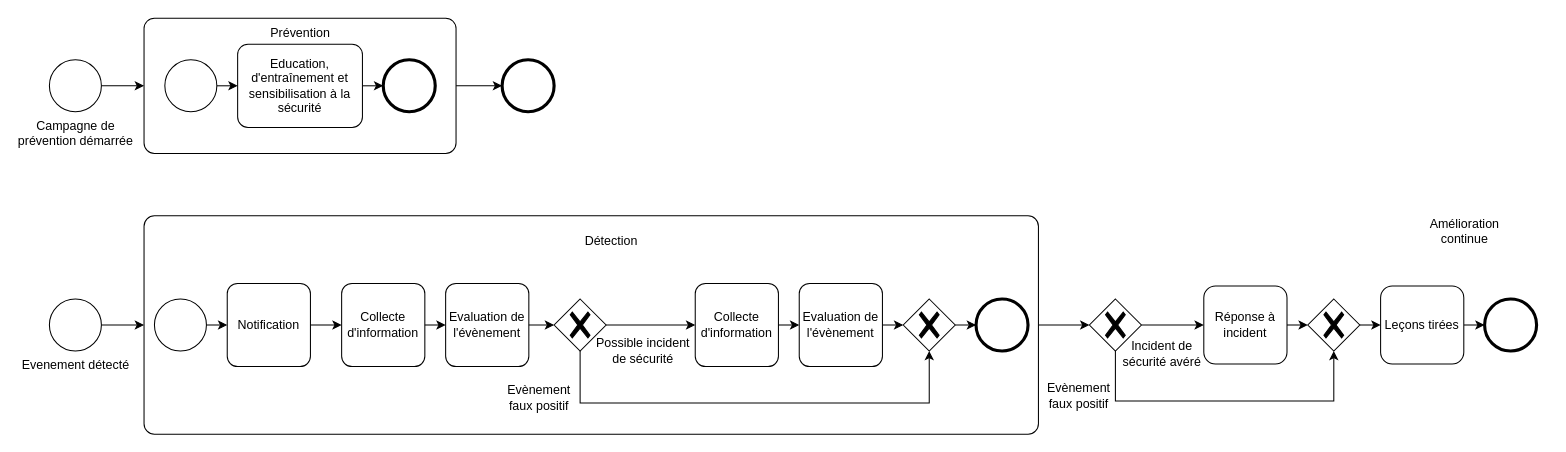
This is standards/ISO27035.drawio from netmme/cyber-diagramme-d-activites, a draw.io file, before an edit. Source tidied: cells renumbered, new cells numbered last; positions are measured from the earlier drawing's top-left corner, leaving out a move shared by most shapes. Both pictures are drawn from the tidied source at 104%, with x=0, y=0 at pixel (49, 18).
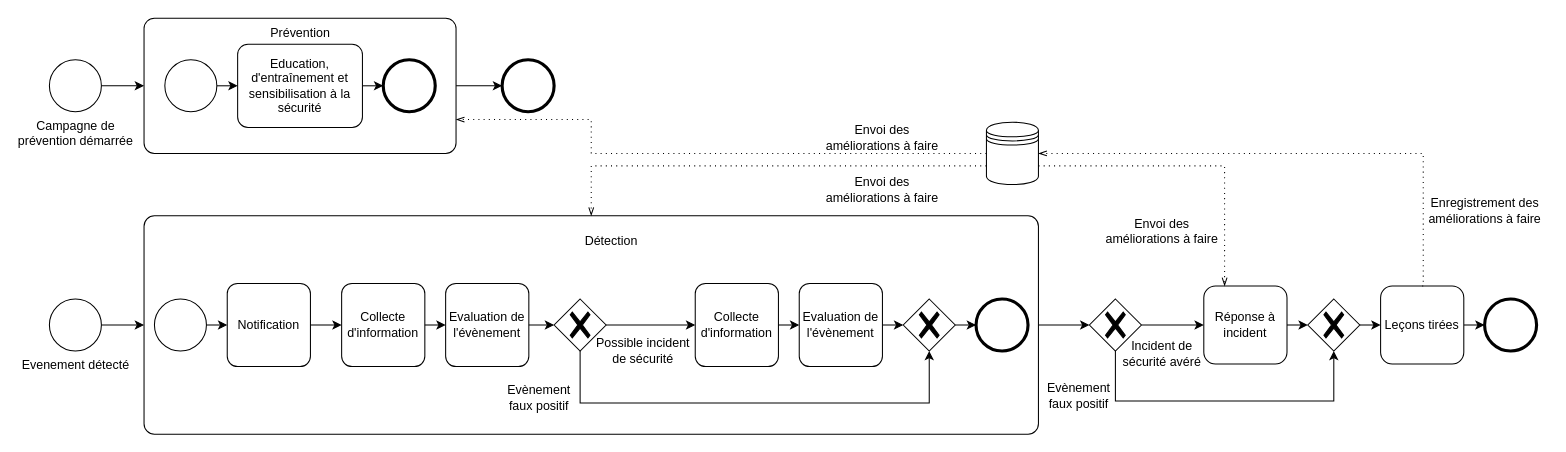
The same diagram, later.

Commit message:
Proposition alternative amélioration continue

The change refers to these unchanged cells:
```xml
<mxCell id="3" style="points=[[0.25,0,0],[0.5,0,0],[0.75,0,0],[1,0.25,0],[1,0.5,0],[1,0.75,0],[0.75,1,0],[0.5,1,0],[0.25,1,0],[0,0.75,0],[0,0.5,0],[0,0.25,0]];shape=mxgraph.bpmn.task;whiteSpace=wrap;rectStyle=rounded;size=10;html=1;taskMarker=abstract;" parent="1" vertex="1">
  <mxGeometry x="91" width="300" height="130" as="geometry" />
</mxCell>
<mxCell id="13" style="points=[[0.25,0,0],[0.5,0,0],[0.75,0,0],[1,0.25,0],[1,0.5,0],[1,0.75,0],[0.75,1,0],[0.5,1,0],[0.25,1,0],[0,0.75,0],[0,0.5,0],[0,0.25,0]];shape=mxgraph.bpmn.task;whiteSpace=wrap;rectStyle=rounded;size=10;html=1;taskMarker=abstract;" parent="1" vertex="1">
  <mxGeometry x="91" y="190" width="860" height="210" as="geometry" />
</mxCell>
<mxCell id="20" value="Leçons tirées" style="rounded=1;whiteSpace=wrap;html=1;" parent="1" vertex="1">
  <mxGeometry x="1280" y="257.5" width="80" height="75" as="geometry" />
</mxCell>
<mxCell id="22" value="Réponse à incident" style="rounded=1;whiteSpace=wrap;html=1;" parent="1" vertex="1">
  <mxGeometry x="1110" y="257.5" width="80" height="75" as="geometry" />
</mxCell>
```

The edit, as a diff of the source:
```diff
@@
-    <mxCell id="27" value="Amélioration continue" style="text;html=1;strokeColor=none;fillColor=none;align=center;verticalAlign=middle;whiteSpace=wrap;rounded=0;" parent="1" vertex="1">
-      <mxGeometry x="1331" y="190" width="60" height="30" as="geometry" />
-    </mxCell>
@@
+    <mxCell id="53" style="shape=datastore;html=1;labelPosition=center;verticalLabelPosition=bottom;align=center;verticalAlign=top;" parent="1" vertex="1">
+      <mxGeometry x="901" y="100" width="50" height="60" as="geometry" />
+    </mxCell>
+    <mxCell id="54" style="edgeStyle=elbowEdgeStyle;fontSize=12;html=1;endFill=0;startFill=0;endSize=6;startSize=6;dashed=1;dashPattern=1 4;endArrow=openThin;startArrow=none;rounded=0;exitX=0.5;exitY=0;exitDx=0;exitDy=0;entryX=1;entryY=0.5;entryDx=0;entryDy=0;" parent="1" edge="1" source="20" target="53">
+      <mxGeometry relative="1" as="geometry">
+        <Array as="points">
+          <mxPoint x="1321" y="190" />
+        </Array>
+      </mxGeometry>
+    </mxCell>
+    <mxCell id="55" style="edgeStyle=elbowEdgeStyle;fontSize=12;html=1;endFill=0;startFill=0;endSize=6;startSize=6;dashed=1;dashPattern=1 4;endArrow=openThin;startArrow=none;rounded=0;entryX=1;entryY=0.75;entryDx=0;entryDy=0;entryPerimeter=0;exitX=0;exitY=0.5;exitDx=0;exitDy=0;" parent="1" edge="1" source="53" target="3">
+      <mxGeometry relative="1" as="geometry">
+        <Array as="points">
+          <mxPoint x="521" y="130" />
+        </Array>
+      </mxGeometry>
+    </mxCell>
+    <mxCell id="56" style="edgeStyle=elbowEdgeStyle;fontSize=12;html=1;endFill=0;startFill=0;endSize=6;startSize=6;dashed=1;dashPattern=1 4;endArrow=openThin;startArrow=none;rounded=0;exitX=0;exitY=0.7;exitDx=0;exitDy=0;entryX=0.5;entryY=0;entryDx=0;entryDy=0;entryPerimeter=0;" parent="1" edge="1" source="53" target="13">
+      <mxGeometry relative="1" as="geometry">
+        <Array as="points">
+          <mxPoint x="521" y="170" />
+        </Array>
+      </mxGeometry>
+    </mxCell>
+    <mxCell id="57" style="edgeStyle=elbowEdgeStyle;fontSize=12;html=1;endFill=0;startFill=0;endSize=6;startSize=6;dashed=1;dashPattern=1 4;endArrow=openThin;startArrow=none;rounded=0;exitX=1;exitY=0.7;exitDx=0;exitDy=0;entryX=0.25;entryY=0;entryDx=0;entryDy=0;" parent="1" edge="1" source="53" target="22">
+      <mxGeometry relative="1" as="geometry">
+        <Array as="points">
+          <mxPoint x="1130" y="210" />
+          <mxPoint x="1151" y="200" />
+        </Array>
+      </mxGeometry>
+    </mxCell>
+    <mxCell id="58" value="Enregistrement des améliorations à faire" style="text;html=1;strokeColor=none;fillColor=none;align=center;verticalAlign=middle;whiteSpace=wrap;rounded=0;" parent="1" vertex="1">
+      <mxGeometry x="1320" y="170" width="121" height="30" as="geometry" />
+    </mxCell>
+    <mxCell id="59" value="Envoi des améliorations à faire" style="text;html=1;strokeColor=none;fillColor=none;align=center;verticalAlign=middle;whiteSpace=wrap;rounded=0;" parent="1" vertex="1">
+      <mxGeometry x="741" y="100" width="120" height="30" as="geometry" />
+    </mxCell>
+    <mxCell id="60" value="Envoi des améliorations à faire" style="text;html=1;strokeColor=none;fillColor=none;align=center;verticalAlign=middle;whiteSpace=wrap;rounded=0;" parent="1" vertex="1">
+      <mxGeometry x="741" y="150" width="120" height="30" as="geometry" />
+    </mxCell>
+    <mxCell id="61" value="Envoi des améliorations à faire" style="text;html=1;strokeColor=none;fillColor=none;align=center;verticalAlign=middle;whiteSpace=wrap;rounded=0;" parent="1" vertex="1">
+      <mxGeometry x="1010" y="190" width="120" height="30" as="geometry" />
+    </mxCell>
```
